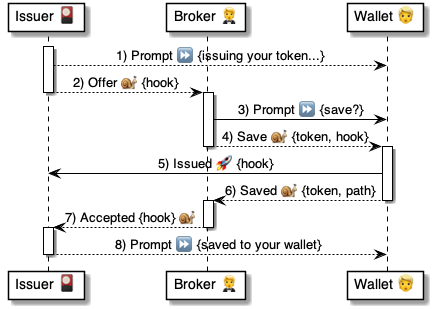
Earlier version of the PlantUML export 4 ⚙️ Solution/20 🧑‍🦰 UI/Wallets 🧑‍🦰/🧑‍🦰💬 Wallet chats/...in Prompts 🤔/Save Token 👉🎴🎫/🧑‍🦰 Save token ⚙️ uml.png (pollyweb-org/pollyweb-docs). Its source is kept beside it as 4 ⚙️ Solution/20 🧑‍🦰 UI/Wallets 🧑‍🦰/🧑‍🦰💬 Wallet chats/...in Prompts 🤔/Save Token 👉🎴🎫/🧑‍🦰 Save token ⚙️ uml.puml.
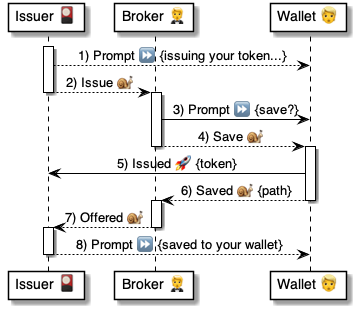
The same diagram one commit later.

The edit, as a diff of the source:
```diff
@@ -10,7 +10,7 @@
     issuer --> wallet: 1) Prompt ⏩ {issuing your token...}
 
 
-    issuer --> broker: 2) Offer 🐌 {hook}
+    issuer --> broker: 2) Issue 🐌
 deactivate issuer
 
 activate broker
@@ -20,19 +20,19 @@
 
 
 
-    broker --> wallet: 4) Save 🐌 {token, hook}
+    broker --> wallet: 4) Save 🐌
 deactivate broker
 
 
 activate wallet
-    wallet -> issuer: 5) Issued 🚀 {hook}
+    wallet -> issuer: 5) Issued 🚀 {token}
 
-    wallet --> broker: 6) Saved 🐌 {token, path}
+    wallet --> broker: 6) Saved 🐌 {path}
 deactivate wallet
 
 activate broker
 
-    broker --> issuer: 7) Accepted {hook} 🐌
+    broker --> issuer: 7) Offered 🐌
 deactivate broker
 
 activate issuer
```
